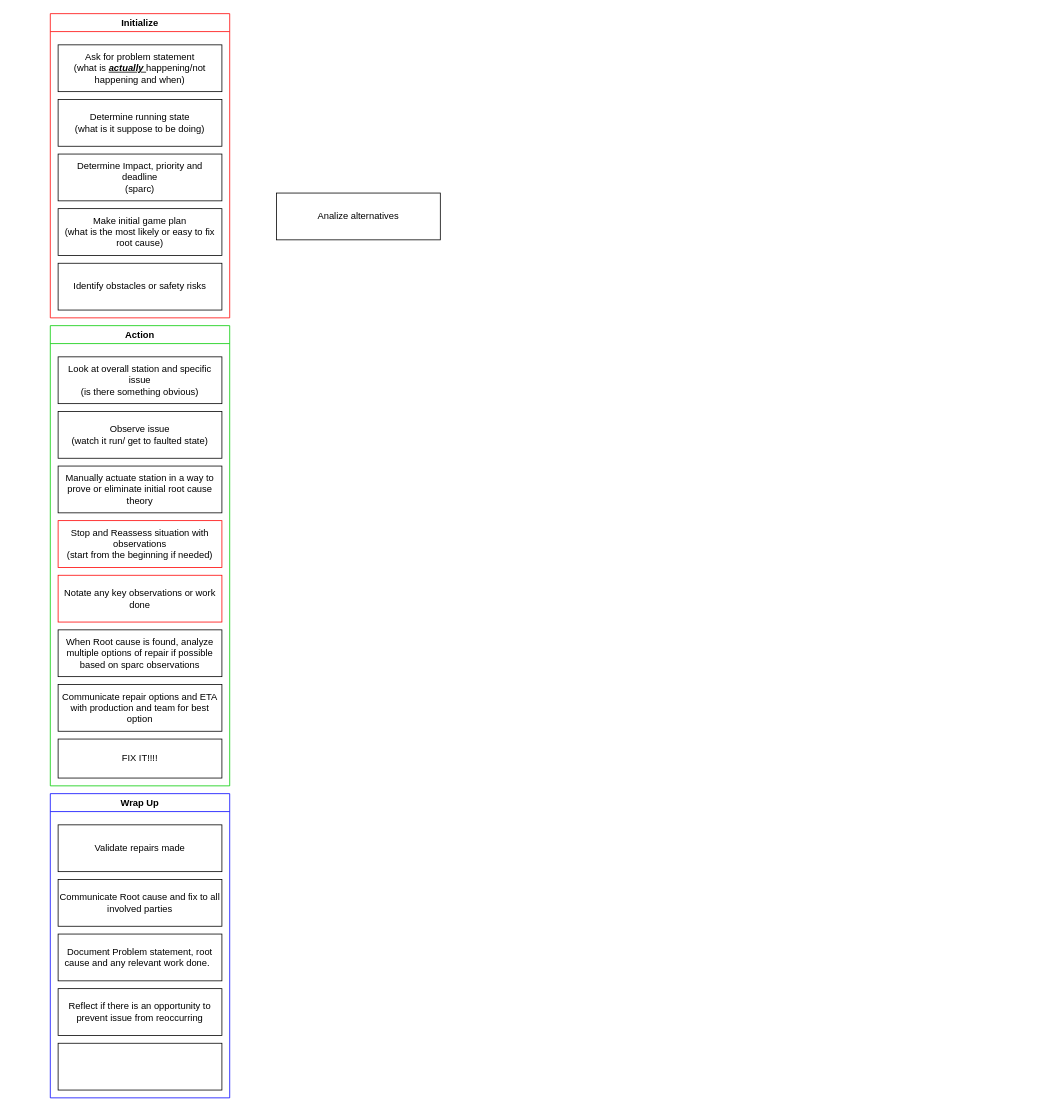
The draw.io diagram Untitled Diagram.drawio in usernamesareusless/documentation, before the edit. Source tidied: cells renumbered, new cells numbered last; positions are measured from the earlier drawing's top-left corner, leaving out a move shared by most shapes. Both pictures are drawn from the tidied source at 78%, with x=0, y=0 at pixel (50, 13).
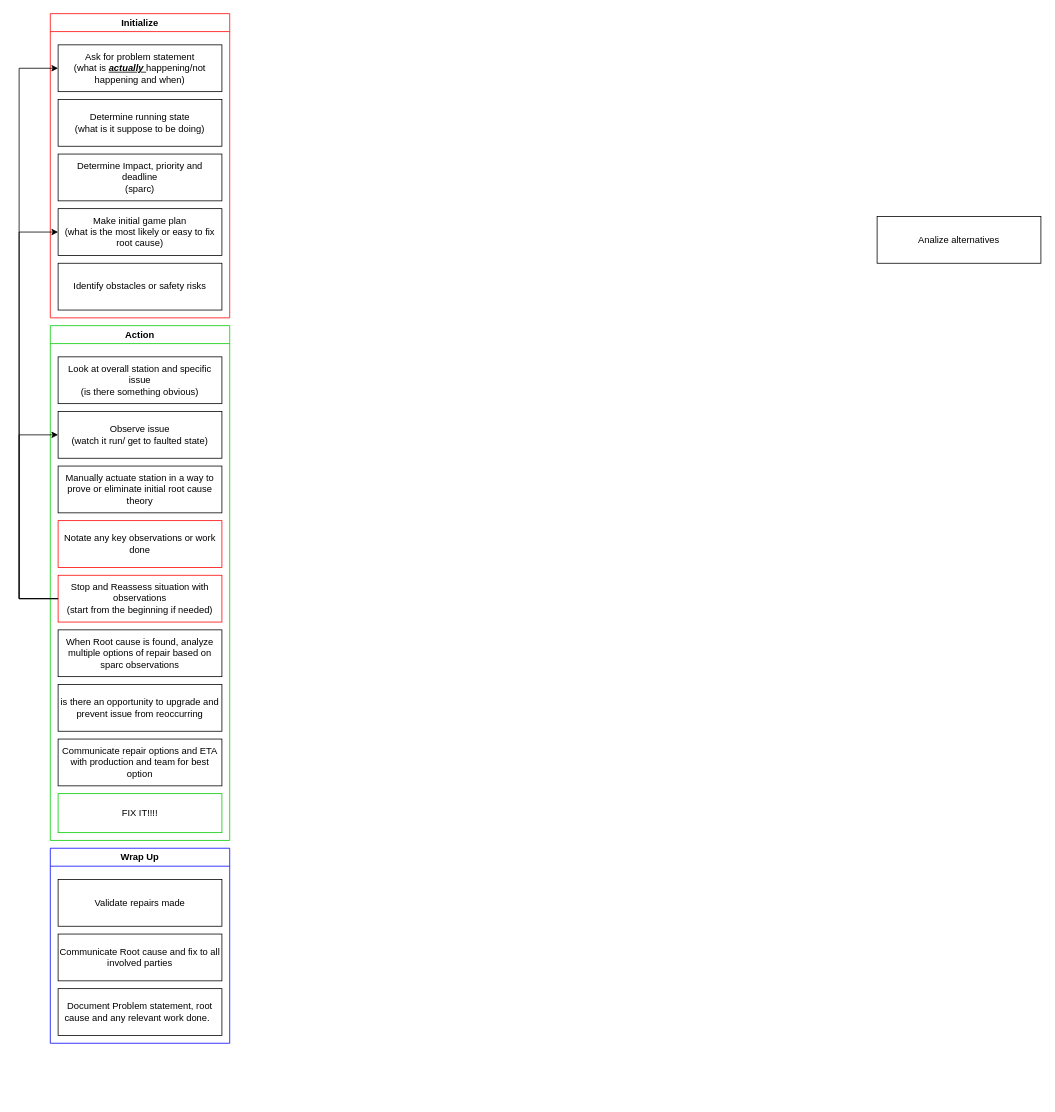
After the change.

The change refers to these unchanged cells:
```xml
<mxCell id="3" value="Ask for problem statement&lt;br&gt;(what is&amp;nbsp;&lt;i&gt;&lt;b&gt;&lt;u&gt;actually &lt;/u&gt;&lt;/b&gt;&lt;/i&gt;happening/not happening and when)" style="rounded=0;whiteSpace=wrap;html=1;" parent="2" vertex="1">
  <mxGeometry x="10" y="40" width="210" height="60" as="geometry" />
</mxCell>
<mxCell id="7" value="Make initial game plan&lt;br&gt;(what is the most likely or easy to fix root cause)" style="rounded=0;whiteSpace=wrap;html=1;" parent="2" vertex="1">
  <mxGeometry x="10" y="250" width="210" height="60" as="geometry" />
</mxCell>
<mxCell id="13" value="Observe issue&lt;br style=&quot;border-color: var(--border-color);&quot;&gt;(watch it run/ get to faulted state)" style="rounded=0;whiteSpace=wrap;html=1;" parent="9" vertex="1">
  <mxGeometry x="10" y="110" width="210" height="60" as="geometry" />
</mxCell>
```

What changed in the source:
```diff
@@
     <mxCell id="8" value="Analize alternatives" style="rounded=0;whiteSpace=wrap;html=1;" parent="1" vertex="1">
-      <mxGeometry x="290" y="230" width="210" height="60" as="geometry" />
+      <mxGeometry x="1060" y="260" width="210" height="60" as="geometry" />
     </mxCell>
     <mxCell id="9" value="Action" style="swimlane;whiteSpace=wrap;html=1;gradientColor=none;fillColor=default;strokeColor=#00CC00;" parent="1" vertex="1">
-      <mxGeometry y="400" width="230" height="590" as="geometry" />
+      <mxGeometry y="400" width="230" height="660" as="geometry" />
     </mxCell>
@@
+    <mxCell id="24" style="edgeStyle=orthogonalEdgeStyle;rounded=0;jettySize=auto;html=1;exitX=0;exitY=0.5;exitDx=0;exitDy=0;entryX=0;entryY=0.5;entryDx=0;entryDy=0;" parent="9" edge="1" source="12" target="13">
+      <mxGeometry relative="1" as="geometry">
+        <Array as="points">
+          <mxPoint x="-40" y="350" />
+          <mxPoint x="-40" y="140" />
+        </Array>
+      </mxGeometry>
+    </mxCell>
     <mxCell id="12" value="Stop and Reassess situation with observations&lt;br&gt;(start from the beginning if needed)" style="rounded=0;whiteSpace=wrap;html=1;strokeColor=#FF0000;" parent="9" vertex="1">
-      <mxGeometry x="10" y="250" width="210" height="60" as="geometry" />
+      <mxGeometry x="10" y="320" width="210" height="60" as="geometry" />
     </mxCell>
@@
-    <mxCell id="14" value="Notate any key observations or work done" style="rounded=0;whiteSpace=wrap;html=1;strokeColor=#FF0000;" parent="9" vertex="1">
-      <mxGeometry x="10" y="320" width="210" height="60" as="geometry" />
-    </mxCell>
-    <mxCell id="15" value="When Root cause is found, analyze multiple options of repair if possible based on sparc observations" style="rounded=0;whiteSpace=wrap;html=1;" parent="9" vertex="1">
+    <mxCell id="15" value="When Root cause is found, analyze multiple options of repair based on sparc observations" style="rounded=0;whiteSpace=wrap;html=1;" parent="9" vertex="1">
       <mxGeometry x="10" y="390" width="210" height="60" as="geometry" />
     </mxCell>
-    <mxCell id="16" value="FIX IT!!!!" style="rounded=0;whiteSpace=wrap;html=1;" parent="9" vertex="1">
-      <mxGeometry x="10" y="530" width="210" height="50" as="geometry" />
+    <mxCell id="16" value="FIX IT!!!!" style="rounded=0;whiteSpace=wrap;html=1;strokeColor=#00CC00;" parent="9" vertex="1">
+      <mxGeometry x="10" y="600" width="210" height="50" as="geometry" />
     </mxCell>
     <mxCell id="17" value="Communicate repair options and ETA with production and team for best option" style="rounded=0;whiteSpace=wrap;html=1;" parent="9" vertex="1">
-      <mxGeometry x="10" y="460" width="210" height="60" as="geometry" />
+      <mxGeometry x="10" y="530" width="210" height="60" as="geometry" />
     </mxCell>
+    <mxCell id="21" value="is there an opportunity to upgrade and prevent issue from reoccurring" style="rounded=0;whiteSpace=wrap;html=1;strokeColor=#000000;" parent="9" vertex="1">
+      <mxGeometry x="10" y="460" width="210" height="60" as="geometry" />
+    </mxCell>
+    <mxCell id="14" value="Notate any key observations or work done" style="rounded=0;whiteSpace=wrap;html=1;strokeColor=#FF0000;" parent="9" vertex="1">
+      <mxGeometry x="10" y="250" width="210" height="60" as="geometry" />
+    </mxCell>
     <mxCell id="18" value="Wrap Up" style="swimlane;whiteSpace=wrap;html=1;gradientColor=none;fillColor=default;strokeColor=#0000FF;" parent="1" vertex="1">
-      <mxGeometry y="1000" width="230" height="390" as="geometry" />
+      <mxGeometry y="1070" width="230" height="250" as="geometry" />
     </mxCell>
@@
-    <mxCell id="21" value="Reflect if there is an opportunity to prevent issue from reoccurring" style="rounded=0;whiteSpace=wrap;html=1;strokeColor=#000000;" parent="18" vertex="1">
-      <mxGeometry x="10" y="250" width="210" height="60" as="geometry" />
-    </mxCell>
@@
-    <mxCell id="23" style="rounded=0;whiteSpace=wrap;html=1;strokeColor=#000000;" parent="18" vertex="1">
-      <mxGeometry x="10" y="320" width="210" height="60" as="geometry" />
-    </mxCell>
+    <mxCell id="25" style="edgeStyle=orthogonalEdgeStyle;rounded=0;jettySize=auto;html=1;exitX=0;exitY=0.5;exitDx=0;exitDy=0;entryX=0;entryY=0.5;entryDx=0;entryDy=0;" parent="1" edge="1" source="12" target="7">
+      <mxGeometry relative="1" as="geometry">
+        <Array as="points">
+          <mxPoint x="-40" y="750" />
+          <mxPoint x="-40" y="280" />
+        </Array>
+      </mxGeometry>
+    </mxCell>
+    <mxCell id="26" style="edgeStyle=orthogonalEdgeStyle;rounded=0;jettySize=auto;html=1;exitX=0;exitY=0.5;exitDx=0;exitDy=0;entryX=0;entryY=0.5;entryDx=0;entryDy=0;" parent="1" edge="1" source="12" target="3">
+      <mxGeometry relative="1" as="geometry">
+        <Array as="points">
+          <mxPoint x="-40" y="750" />
+          <mxPoint x="-40" y="70" />
+        </Array>
+      </mxGeometry>
+    </mxCell>
```
